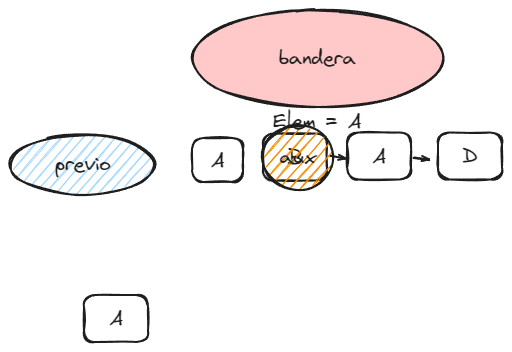
This is src/tests/lineales/test.excalidraw.png from lopezernesto/EDAT2024, a Excalidraw export, as it was before one commit. Source tidied: one line per element, renumbered; positions are measured from the earlier drawing's top-left corner, leaving out a move shared by most shapes. Its diagram source:
```json
{"id": 0, "type": "rectangle", "strokeColor": "#1e1e1e", "strokeWidth": 2, "roughness": 1, "round": true, "x": 74, "y": 285, "width": 64, "height": 47}
{"id": 1, "type": "text", "text": "A", "strokeColor": "#1e1e1e", "strokeWidth": 2, "roughness": 1, "fontSize": 20, "fontFamily": 1, "textAlign": "center", "verticalAlign": "middle", "inside": 0, "x": 99, "y": 296, "width": 13, "height": 25}
{"id": 2, "type": "rectangle", "strokeColor": "#1e1e1e", "strokeWidth": 2, "roughness": 1, "round": true, "x": 253, "y": 124, "width": 64, "height": 47}
{"id": 3, "type": "text", "text": "B", "strokeColor": "#1e1e1e", "strokeWidth": 2, "roughness": 1, "fontSize": 20, "fontFamily": 1, "textAlign": "center", "verticalAlign": "middle", "inside": 2, "x": 278, "y": 134, "width": 15, "height": 25}
{"id": 4, "type": "rectangle", "strokeColor": "#1e1e1e", "strokeWidth": 2, "roughness": 1, "round": true, "x": 337, "y": 122, "width": 64, "height": 47}
{"id": 5, "type": "text", "text": "A", "strokeColor": "#1e1e1e", "strokeWidth": 2, "roughness": 1, "fontSize": 20, "fontFamily": 1, "textAlign": "center", "verticalAlign": "middle", "inside": 4, "x": 362, "y": 134, "width": 13, "height": 25}
{"id": 6, "type": "rectangle", "strokeColor": "#1e1e1e", "strokeWidth": 2, "roughness": 1, "round": true, "x": 428, "y": 122, "width": 64, "height": 47}
{"id": 7, "type": "text", "text": "D", "strokeColor": "#1e1e1e", "strokeWidth": 2, "roughness": 1, "fontSize": 20, "fontFamily": 1, "textAlign": "center", "verticalAlign": "middle", "inside": 6, "x": 452, "y": 134, "width": 16, "height": 25}
{"id": 8, "type": "arrow", "strokeColor": "#1e1e1e", "strokeWidth": 2, "roughness": 1, "endArrowhead": "arrow", "round": true, "from": 2, "to": 4, "x": 320, "y": 146, "width": 15, "height": 2, "points": [[0, 0], [15, 2]]}
{"id": 9, "type": "arrow", "strokeColor": "#1e1e1e", "strokeWidth": 2, "roughness": 1, "endArrowhead": "arrow", "round": true, "from": 4, "to": 6, "x": 404, "y": 148, "width": 15, "height": 2, "points": [[0, 0], [15, 2]]}
{"id": 10, "type": "ellipse", "strokeColor": "#1e1e1e", "backgroundColor": "#f08c00", "fillStyle": "hachure", "strokeWidth": 2, "roughness": 1, "round": true, "x": 252, "y": 115, "width": 71, "height": 65}
{"id": 11, "type": "text", "text": "aux", "strokeColor": "#1e1e1e", "backgroundColor": "#b2f2bb", "fillStyle": "hachure", "strokeWidth": 2, "roughness": 1, "fontSize": 20, "fontFamily": 1, "textAlign": "center", "verticalAlign": "middle", "inside": 10, "x": 269, "y": 135, "width": 36, "height": 25}
{"id": 12, "type": "ellipse", "strokeColor": "#1e1e1e", "backgroundColor": "#ffc9c9", "fillStyle": "solid", "strokeWidth": 2, "roughness": 1, "round": true, "x": 182, "y": 0, "width": 251, "height": 97}
{"id": 13, "type": "text", "text": "bandera", "strokeColor": "#1e1e1e", "backgroundColor": "#ffc9c9", "fillStyle": "hachure", "strokeWidth": 2, "roughness": 1, "fontSize": 20, "fontFamily": 1, "textAlign": "center", "verticalAlign": "middle", "inside": 12, "x": 269, "y": 36, "width": 77, "height": 25}
{"id": 14, "type": "text", "text": "Elem = A", "strokeColor": "#1e1e1e", "backgroundColor": "#f08c00", "fillStyle": "solid", "strokeWidth": 2, "roughness": 1, "fontSize": 20, "fontFamily": 1, "x": 263, "y": 99, "width": 88, "height": 25}
{"id": 15, "type": "ellipse", "strokeColor": "#1e1e1e", "backgroundColor": "#a5d8ff", "fillStyle": "hachure", "strokeWidth": 2, "roughness": 1, "round": true, "x": 0, "y": 125, "width": 145, "height": 59}
{"id": 16, "type": "text", "text": "previo", "strokeColor": "#1e1e1e", "backgroundColor": "#b2f2bb", "fillStyle": "hachure", "strokeWidth": 2, "roughness": 1, "fontSize": 20, "fontFamily": 1, "textAlign": "center", "verticalAlign": "middle", "inside": 15, "x": 45, "y": 142, "width": 55, "height": 25}
{"id": 17, "type": "rectangle", "strokeColor": "#1e1e1e", "strokeWidth": 2, "roughness": 1, "round": true, "x": 182, "y": 128, "width": 51, "height": 44}
{"id": 18, "type": "text", "text": "A", "strokeColor": "#1e1e1e", "strokeWidth": 2, "roughness": 1, "fontSize": 20, "fontFamily": 1, "textAlign": "center", "verticalAlign": "middle", "inside": 17, "x": 201, "y": 138, "width": 13, "height": 25}
```
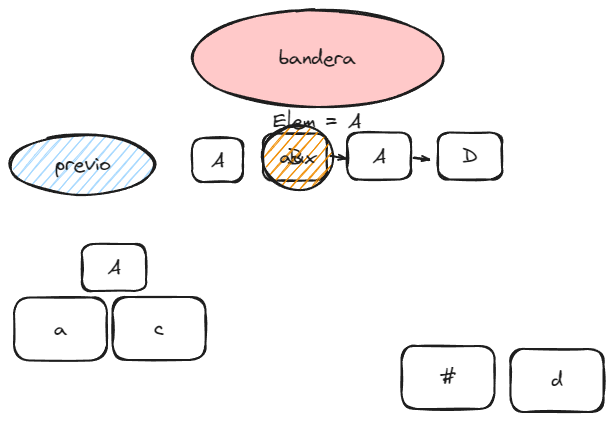
After the commit.

The edit, as a diff of the source:
```diff
@@ -1,5 +1,5 @@
-{"id": 0, "type": "rectangle", "strokeColor": "#1e1e1e", "strokeWidth": 2, "roughness": 1, "round": true, "x": 74, "y": 285, "width": 64, "height": 47}
+{"id": 0, "type": "rectangle", "strokeColor": "#1e1e1e", "strokeWidth": 2, "roughness": 1, "round": true, "x": 72, "y": 234, "width": 64, "height": 47}
-{"id": 1, "type": "text", "text": "A", "strokeColor": "#1e1e1e", "strokeWidth": 2, "roughness": 1, "fontSize": 20, "fontFamily": 1, "textAlign": "center", "verticalAlign": "middle", "inside": 0, "x": 99, "y": 296, "width": 13, "height": 25}
+{"id": 1, "type": "text", "text": "A", "strokeColor": "#1e1e1e", "strokeWidth": 2, "roughness": 1, "fontSize": 20, "fontFamily": 1, "textAlign": "center", "verticalAlign": "middle", "inside": 0, "x": 97, "y": 245, "width": 13, "height": 25}
 {"id": 2, "type": "rectangle", "strokeColor": "#1e1e1e", "strokeWidth": 2, "roughness": 1, "round": true, "x": 253, "y": 124, "width": 64, "height": 47}
 {"id": 3, "type": "text", "text": "B", "strokeColor": "#1e1e1e", "strokeWidth": 2, "roughness": 1, "fontSize": 20, "fontFamily": 1, "textAlign": "center", "verticalAlign": "middle", "inside": 2, "x": 278, "y": 134, "width": 15, "height": 25}
 {"id": 4, "type": "rectangle", "strokeColor": "#1e1e1e", "strokeWidth": 2, "roughness": 1, "round": true, "x": 337, "y": 122, "width": 64, "height": 47}
@@ -17,3 +17,11 @@
 {"id": 16, "type": "text", "text": "previo", "strokeColor": "#1e1e1e", "backgroundColor": "#b2f2bb", "fillStyle": "hachure", "strokeWidth": 2, "roughness": 1, "fontSize": 20, "fontFamily": 1, "textAlign": "center", "verticalAlign": "middle", "inside": 15, "x": 45, "y": 142, "width": 55, "height": 25}
 {"id": 17, "type": "rectangle", "strokeColor": "#1e1e1e", "strokeWidth": 2, "roughness": 1, "round": true, "x": 182, "y": 128, "width": 51, "height": 44}
 {"id": 18, "type": "text", "text": "A", "strokeColor": "#1e1e1e", "strokeWidth": 2, "roughness": 1, "fontSize": 20, "fontFamily": 1, "textAlign": "center", "verticalAlign": "middle", "inside": 17, "x": 201, "y": 138, "width": 13, "height": 25}
+{"id": 19, "type": "rectangle", "strokeColor": "#1e1e1e", "strokeWidth": 2, "roughness": 1, "round": true, "x": 4, "y": 288, "width": 93, "height": 63}
+{"id": 20, "type": "text", "text": "a", "strokeColor": "#1e1e1e", "strokeWidth": 2, "roughness": 1, "fontSize": 20, "fontFamily": 1, "textAlign": "center", "verticalAlign": "middle", "inside": 19, "x": 44, "y": 306, "width": 13, "height": 25}
+{"id": 21, "type": "rectangle", "strokeColor": "#1e1e1e", "strokeWidth": 2, "roughness": 1, "round": true, "x": 102, "y": 287, "width": 93, "height": 63}
+{"id": 22, "type": "text", "text": "c", "strokeColor": "#1e1e1e", "strokeWidth": 2, "roughness": 1, "fontSize": 20, "fontFamily": 1, "textAlign": "center", "verticalAlign": "middle", "inside": 21, "x": 144, "y": 306, "width": 10, "height": 25}
+{"id": 23, "type": "rectangle", "strokeColor": "#1e1e1e", "strokeWidth": 2, "roughness": 1, "round": true, "x": 392, "y": 336, "width": 93, "height": 63}
+{"id": 24, "type": "text", "text": "#", "strokeColor": "#1e1e1e", "strokeWidth": 2, "roughness": 1, "fontSize": 20, "fontFamily": 1, "textAlign": "center", "verticalAlign": "middle", "inside": 23, "x": 430, "y": 355, "width": 16, "height": 25}
+{"id": 25, "type": "rectangle", "strokeColor": "#1e1e1e", "strokeWidth": 2, "roughness": 1, "round": true, "x": 500, "y": 339, "width": 93, "height": 63}
+{"id": 26, "type": "text", "text": "d", "strokeColor": "#1e1e1e", "strokeWidth": 2, "roughness": 1, "fontSize": 20, "fontFamily": 1, "textAlign": "center", "verticalAlign": "middle", "inside": 25, "x": 541, "y": 358, "width": 11, "height": 25}
```
